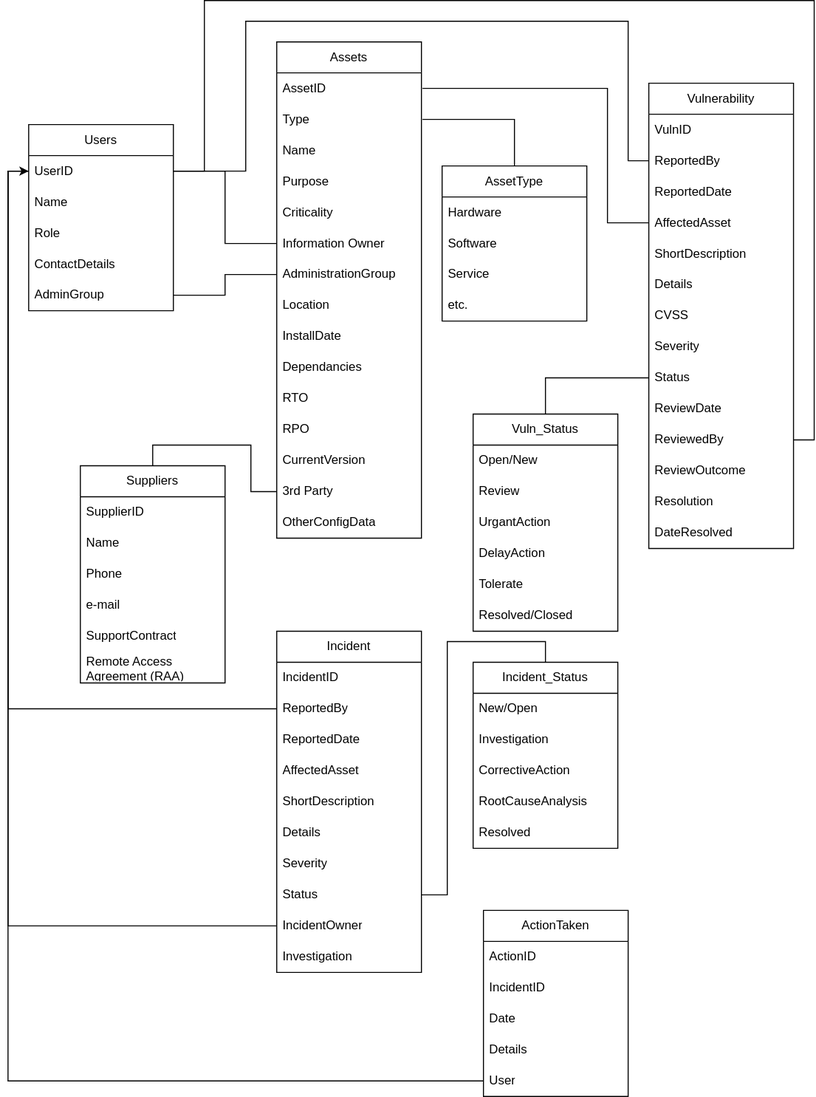
Earlier version of the draw.io export ITSM/Assignment1/Assets/CMDB_F.svg (MCollins87/MSC_EnterpriseIT). Source tidied: cells renumbered, new cells last; positions are measured from the earlier drawing's top-left corner, leaving out a move shared by most shapes.
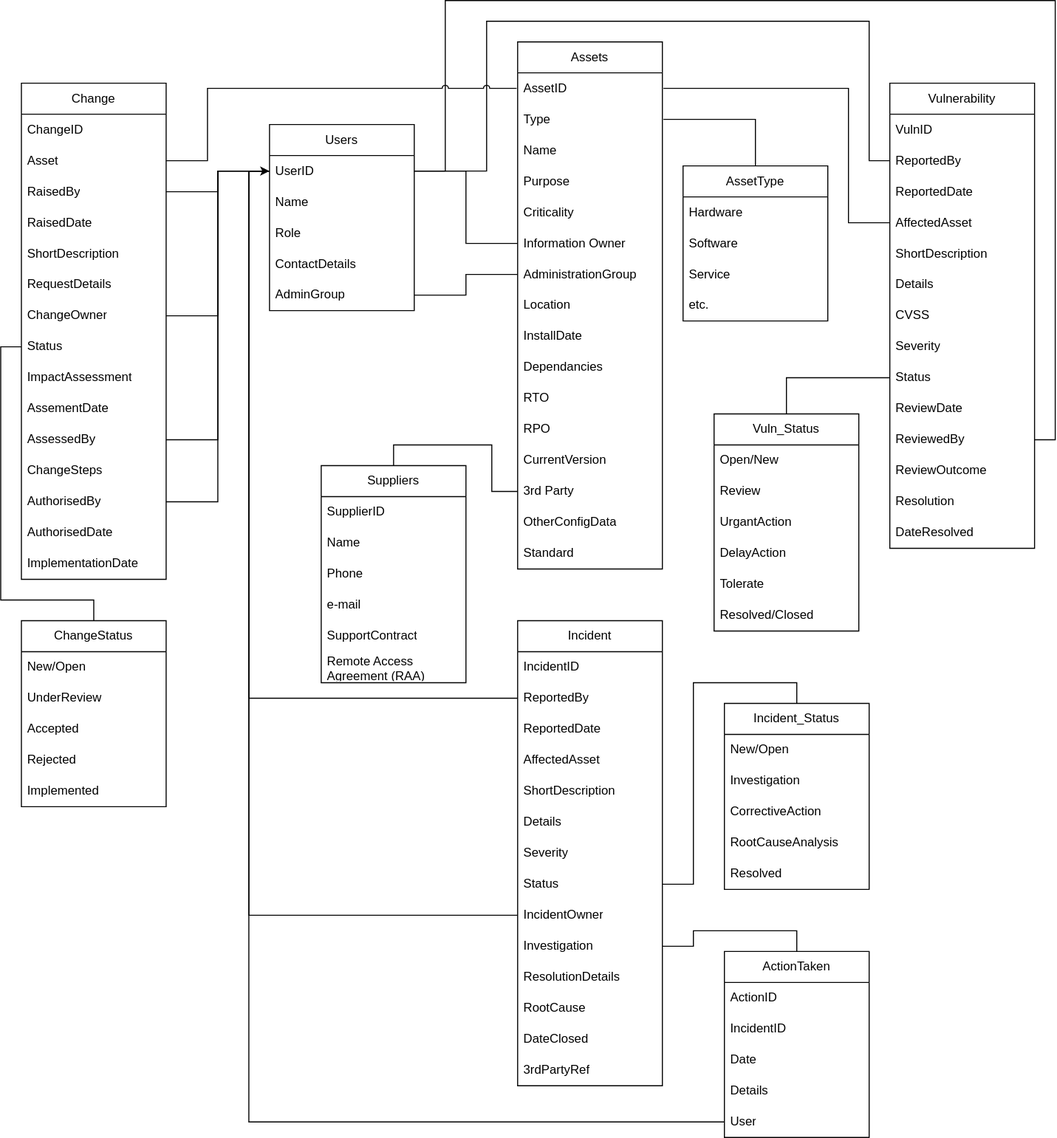
After the change.

Change to the diagram source:
```diff
@@ -3,7 +3,7 @@
     <mxCell id="0" />
     <mxCell id="1" parent="0" />
     <mxCell id="2" value="Assets" style="swimlane;fontStyle=0;horizontal=1;startSize=30;whiteSpace=wrap;html=1;perimeterSpacing=1;" parent="1" vertex="1">
-      <mxGeometry x="240" y="40" width="140" height="480" as="geometry" />
+      <mxGeometry x="240" y="40" width="140" height="510" as="geometry" />
     </mxCell>
     <mxCell id="3" value="AssetID" style="text;strokeColor=none;fillColor=none;align=left;verticalAlign=middle;spacingLeft=4;spacingRight=4;overflow=hidden;points=[[0,0.5],[1,0.5]];portConstraint=eastwest;whiteSpace=wrap;html=1;perimeterSpacing=1;" parent="2" vertex="1">
       <mxGeometry y="30" width="140" height="30" as="geometry" />
@@ -50,6 +50,9 @@
     <mxCell id="17" value="OtherConfigData" style="text;strokeColor=none;fillColor=none;align=left;verticalAlign=middle;spacingLeft=4;spacingRight=4;overflow=hidden;whiteSpace=wrap;html=1;" parent="2" vertex="1">
       <mxGeometry y="450" width="140" height="30" as="geometry" />
     </mxCell>
+    <mxCell id="93" value="Standard" style="text;strokeColor=none;fillColor=none;align=left;verticalAlign=middle;spacingLeft=4;spacingRight=4;overflow=hidden;whiteSpace=wrap;html=1;" parent="2" vertex="1">
+      <mxGeometry y="480" width="140" height="30" as="geometry" />
+    </mxCell>
     <mxCell id="18" value="AssetType" style="swimlane;fontStyle=0;horizontal=1;startSize=30;whiteSpace=wrap;html=1;" parent="1" vertex="1">
       <mxGeometry x="400" y="160" width="140" height="150" as="geometry" />
     </mxCell>
@@ -204,7 +207,7 @@
       </mxGeometry>
     </mxCell>
     <mxCell id="65" value="Incident" style="swimlane;fontStyle=0;horizontal=1;startSize=30;whiteSpace=wrap;html=1;" parent="1" vertex="1">
-      <mxGeometry x="240" y="610" width="140" height="330" as="geometry" />
+      <mxGeometry x="240" y="600" width="140" height="450" as="geometry" />
     </mxCell>
     <mxCell id="66" value="IncidentID" style="text;strokeColor=none;fillColor=none;align=left;verticalAlign=middle;spacingLeft=4;spacingRight=4;overflow=hidden;whiteSpace=wrap;html=1;" parent="65" vertex="1">
       <mxGeometry y="30" width="140" height="30" as="geometry" />
@@ -236,6 +239,18 @@
     <mxCell id="75" value="Investigation" style="text;strokeColor=none;fillColor=none;align=left;verticalAlign=middle;spacingLeft=4;spacingRight=4;overflow=hidden;points=[[0,0.5],[1,0.5]];portConstraint=eastwest;whiteSpace=wrap;html=1;" parent="65" vertex="1">
       <mxGeometry y="300" width="140" height="30" as="geometry" />
     </mxCell>
+    <mxCell id="94" value="ResolutionDetails" style="text;strokeColor=none;fillColor=none;align=left;verticalAlign=middle;spacingLeft=4;spacingRight=4;overflow=hidden;whiteSpace=wrap;html=1;" parent="65" vertex="1">
+      <mxGeometry y="330" width="140" height="30" as="geometry" />
+    </mxCell>
+    <mxCell id="95" value="RootCause" style="text;strokeColor=none;fillColor=none;align=left;verticalAlign=middle;spacingLeft=4;spacingRight=4;overflow=hidden;whiteSpace=wrap;html=1;" parent="65" vertex="1">
+      <mxGeometry y="360" width="140" height="30" as="geometry" />
+    </mxCell>
+    <mxCell id="96" value="DateClosed" style="text;strokeColor=none;fillColor=none;align=left;verticalAlign=middle;spacingLeft=4;spacingRight=4;overflow=hidden;whiteSpace=wrap;html=1;" parent="65" vertex="1">
+      <mxGeometry y="390" width="140" height="30" as="geometry" />
+    </mxCell>
+    <mxCell id="97" value="3rdPartyRef" style="text;strokeColor=none;fillColor=none;align=left;verticalAlign=middle;spacingLeft=4;spacingRight=4;overflow=hidden;whiteSpace=wrap;html=1;" parent="65" vertex="1">
+      <mxGeometry y="420" width="140" height="30" as="geometry" />
+    </mxCell>
     <mxCell id="76" style="edgeStyle=orthogonalEdgeStyle;rounded=0;jettySize=auto;html=1;exitX=0;exitY=0.5;exitDx=0;exitDy=0;entryX=1;entryY=0.5;entryDx=0;entryDy=0;endArrow=none;endFill=0;" parent="1" edge="1" source="42" target="33">
       <mxGeometry relative="1" as="geometry">
         <Array as="points">
@@ -250,7 +265,7 @@
       <mxGeometry relative="1" as="geometry" />
     </mxCell>
     <mxCell id="78" value="Incident_Status" style="swimlane;fontStyle=0;horizontal=1;startSize=30;whiteSpace=wrap;html=1;" parent="1" vertex="1">
-      <mxGeometry x="430" y="640" width="140" height="180" as="geometry" />
+      <mxGeometry x="440" y="680" width="140" height="180" as="geometry" />
     </mxCell>
     <mxCell id="79" value="New/Open" style="text;strokeColor=none;fillColor=none;align=left;verticalAlign=middle;spacingLeft=4;spacingRight=4;overflow=hidden;whiteSpace=wrap;html=1;" parent="78" vertex="1">
       <mxGeometry y="30" width="140" height="30" as="geometry" />
@@ -274,7 +289,7 @@
       <mxGeometry relative="1" as="geometry" />
     </mxCell>
     <mxCell id="86" value="ActionTaken" style="swimlane;fontStyle=0;horizontal=1;startSize=30;whiteSpace=wrap;html=1;" parent="1" vertex="1">
-      <mxGeometry x="440" y="880" width="140" height="180" as="geometry" />
+      <mxGeometry x="440" y="920" width="140" height="180" as="geometry" />
     </mxCell>
     <mxCell id="87" value="ActionID" style="text;strokeColor=none;fillColor=none;align=left;verticalAlign=middle;spacingLeft=4;spacingRight=4;overflow=hidden;whiteSpace=wrap;html=1;" parent="86" vertex="1">
       <mxGeometry y="30" width="140" height="30" as="geometry" />
@@ -294,5 +309,103 @@
     <mxCell id="92" style="edgeStyle=orthogonalEdgeStyle;rounded=0;jettySize=auto;html=1;exitX=0;exitY=0.5;exitDx=0;exitDy=0;entryX=0;entryY=0.5;entryDx=0;entryDy=0;" parent="1" edge="1" source="91" target="33">
       <mxGeometry relative="1" as="geometry" />
     </mxCell>
+    <mxCell id="98" style="edgeStyle=orthogonalEdgeStyle;rounded=0;jettySize=auto;html=1;exitX=1;exitY=0.5;exitDx=0;exitDy=0;entryX=0.5;entryY=0;entryDx=0;entryDy=0;endArrow=none;endFill=0;" parent="1" edge="1" source="75" target="86">
+      <mxGeometry relative="1" as="geometry" />
+    </mxCell>
+    <mxCell id="99" value="Change" style="swimlane;fontStyle=0;horizontal=1;startSize=30;whiteSpace=wrap;html=1;" parent="1" vertex="1">
+      <mxGeometry x="-240" y="80" width="140" height="480" as="geometry" />
+    </mxCell>
+    <mxCell id="100" value="ChangeID" style="text;strokeColor=none;fillColor=none;align=left;verticalAlign=middle;spacingLeft=4;spacingRight=4;overflow=hidden;whiteSpace=wrap;html=1;" parent="99" vertex="1">
+      <mxGeometry y="30" width="140" height="30" as="geometry" />
+    </mxCell>
+    <mxCell id="101" value="Asset" style="text;strokeColor=none;fillColor=none;align=left;verticalAlign=middle;spacingLeft=4;spacingRight=4;overflow=hidden;points=[[0,0.5],[1,0.5]];portConstraint=eastwest;whiteSpace=wrap;html=1;" parent="99" vertex="1">
+      <mxGeometry y="60" width="140" height="30" as="geometry" />
+    </mxCell>
+    <mxCell id="102" value="RaisedBy" style="text;strokeColor=none;fillColor=none;align=left;verticalAlign=middle;spacingLeft=4;spacingRight=4;overflow=hidden;points=[[0,0.5],[1,0.5]];portConstraint=eastwest;whiteSpace=wrap;html=1;" parent="99" vertex="1">
+      <mxGeometry y="90" width="140" height="30" as="geometry" />
+    </mxCell>
+    <mxCell id="103" value="RaisedDate" style="text;strokeColor=none;fillColor=none;align=left;verticalAlign=middle;spacingLeft=4;spacingRight=4;overflow=hidden;whiteSpace=wrap;html=1;" parent="99" vertex="1">
+      <mxGeometry y="120" width="140" height="30" as="geometry" />
+    </mxCell>
+    <mxCell id="104" value="ShortDescription" style="text;strokeColor=none;fillColor=none;align=left;verticalAlign=middle;spacingLeft=4;spacingRight=4;overflow=hidden;whiteSpace=wrap;html=1;" parent="99" vertex="1">
+      <mxGeometry y="150" width="140" height="30" as="geometry" />
+    </mxCell>
+    <mxCell id="105" value="RequestDetails" style="text;strokeColor=none;fillColor=none;align=left;verticalAlign=middle;spacingLeft=4;spacingRight=4;overflow=hidden;whiteSpace=wrap;html=1;" parent="99" vertex="1">
+      <mxGeometry y="180" width="140" height="30" as="geometry" />
+    </mxCell>
+    <mxCell id="106" value="ChangeOwner" style="text;strokeColor=none;fillColor=none;align=left;verticalAlign=middle;spacingLeft=4;spacingRight=4;overflow=hidden;points=[[0,0.5],[1,0.5]];portConstraint=eastwest;whiteSpace=wrap;html=1;" parent="99" vertex="1">
+      <mxGeometry y="210" width="140" height="30" as="geometry" />
+    </mxCell>
+    <mxCell id="107" value="Status" style="text;strokeColor=none;fillColor=none;align=left;verticalAlign=middle;spacingLeft=4;spacingRight=4;overflow=hidden;points=[[0,0.5],[1,0.5]];portConstraint=eastwest;whiteSpace=wrap;html=1;" parent="99" vertex="1">
+      <mxGeometry y="240" width="140" height="30" as="geometry" />
+    </mxCell>
+    <mxCell id="108" value="ImpactAssessment" style="text;strokeColor=none;fillColor=none;align=left;verticalAlign=middle;spacingLeft=4;spacingRight=4;overflow=hidden;whiteSpace=wrap;html=1;" parent="99" vertex="1">
+      <mxGeometry y="270" width="140" height="30" as="geometry" />
+    </mxCell>
+    <mxCell id="109" value="AssementDate" style="text;strokeColor=none;fillColor=none;align=left;verticalAlign=middle;spacingLeft=4;spacingRight=4;overflow=hidden;whiteSpace=wrap;html=1;" parent="99" vertex="1">
+      <mxGeometry y="300" width="140" height="30" as="geometry" />
+    </mxCell>
+    <mxCell id="110" value="AssessedBy" style="text;strokeColor=none;fillColor=none;align=left;verticalAlign=middle;spacingLeft=4;spacingRight=4;overflow=hidden;points=[[0,0.5],[1,0.5]];portConstraint=eastwest;whiteSpace=wrap;html=1;" parent="99" vertex="1">
+      <mxGeometry y="330" width="140" height="30" as="geometry" />
+    </mxCell>
+    <mxCell id="111" value="ChangeSteps" style="text;strokeColor=none;fillColor=none;align=left;verticalAlign=middle;spacingLeft=4;spacingRight=4;overflow=hidden;whiteSpace=wrap;html=1;" parent="99" vertex="1">
+      <mxGeometry y="360" width="140" height="30" as="geometry" />
+    </mxCell>
+    <mxCell id="112" value="AuthorisedBy" style="text;strokeColor=none;fillColor=none;align=left;verticalAlign=middle;spacingLeft=4;spacingRight=4;overflow=hidden;points=[[0,0.5],[1,0.5]];portConstraint=eastwest;whiteSpace=wrap;html=1;" parent="99" vertex="1">
+      <mxGeometry y="390" width="140" height="30" as="geometry" />
+    </mxCell>
+    <mxCell id="113" value="AuthorisedDate" style="text;strokeColor=none;fillColor=none;align=left;verticalAlign=middle;spacingLeft=4;spacingRight=4;overflow=hidden;whiteSpace=wrap;html=1;" parent="99" vertex="1">
+      <mxGeometry y="420" width="140" height="30" as="geometry" />
+    </mxCell>
+    <mxCell id="114" value="ImplementationDate" style="text;strokeColor=none;fillColor=none;align=left;verticalAlign=middle;spacingLeft=4;spacingRight=4;overflow=hidden;whiteSpace=wrap;html=1;" parent="99" vertex="1">
+      <mxGeometry y="450" width="140" height="30" as="geometry" />
+    </mxCell>
+    <mxCell id="115" style="edgeStyle=orthogonalEdgeStyle;rounded=0;jettySize=auto;html=1;exitX=1;exitY=0.5;exitDx=0;exitDy=0;entryX=0;entryY=0.5;entryDx=0;entryDy=0;endArrow=none;endFill=0;jumpStyle=arc;" parent="1" edge="1" source="101" target="3">
+      <mxGeometry relative="1" as="geometry">
+        <Array as="points">
+          <mxPoint x="-60" y="155" />
+          <mxPoint x="-60" y="85" />
+        </Array>
+      </mxGeometry>
+    </mxCell>
+    <mxCell id="116" style="edgeStyle=orthogonalEdgeStyle;rounded=0;jettySize=auto;html=1;exitX=1;exitY=0.5;exitDx=0;exitDy=0;entryX=0;entryY=0.5;entryDx=0;entryDy=0;endArrow=none;endFill=0;" parent="1" edge="1" source="102" target="33">
+      <mxGeometry relative="1" as="geometry" />
+    </mxCell>
+    <mxCell id="117" style="edgeStyle=orthogonalEdgeStyle;rounded=0;jettySize=auto;html=1;exitX=1;exitY=0.5;exitDx=0;exitDy=0;entryX=0;entryY=0.5;entryDx=0;entryDy=0;endArrow=none;endFill=0;" parent="1" edge="1" source="106" target="33">
+      <mxGeometry relative="1" as="geometry" />
+    </mxCell>
+    <mxCell id="118" style="edgeStyle=orthogonalEdgeStyle;rounded=0;jettySize=auto;html=1;exitX=1;exitY=0.5;exitDx=0;exitDy=0;entryX=0;entryY=0.5;entryDx=0;entryDy=0;endArrow=none;endFill=0;" parent="1" edge="1" source="110" target="33">
+      <mxGeometry relative="1" as="geometry" />
+    </mxCell>
+    <mxCell id="119" style="edgeStyle=orthogonalEdgeStyle;rounded=0;jettySize=auto;html=1;exitX=1;exitY=0.5;exitDx=0;exitDy=0;entryX=0;entryY=0.5;entryDx=0;entryDy=0;endArrow=none;endFill=0;" parent="1" edge="1" source="112" target="33">
+      <mxGeometry relative="1" as="geometry" />
+    </mxCell>
+    <mxCell id="120" value="ChangeStatus" style="swimlane;fontStyle=0;horizontal=1;startSize=30;whiteSpace=wrap;html=1;" parent="1" vertex="1">
+      <mxGeometry x="-240" y="600" width="140" height="180" as="geometry" />
+    </mxCell>
+    <mxCell id="121" value="New/Open" style="text;strokeColor=none;fillColor=none;align=left;verticalAlign=middle;spacingLeft=4;spacingRight=4;overflow=hidden;whiteSpace=wrap;html=1;" parent="120" vertex="1">
+      <mxGeometry y="30" width="140" height="30" as="geometry" />
+    </mxCell>
+    <mxCell id="122" value="UnderReview" style="text;strokeColor=none;fillColor=none;align=left;verticalAlign=middle;spacingLeft=4;spacingRight=4;overflow=hidden;whiteSpace=wrap;html=1;" parent="120" vertex="1">
+      <mxGeometry y="60" width="140" height="30" as="geometry" />
+    </mxCell>
+    <mxCell id="123" value="Accepted" style="text;strokeColor=none;fillColor=none;align=left;verticalAlign=middle;spacingLeft=4;spacingRight=4;overflow=hidden;whiteSpace=wrap;html=1;" parent="120" vertex="1">
+      <mxGeometry y="90" width="140" height="30" as="geometry" />
+    </mxCell>
+    <mxCell id="124" value="Rejected" style="text;strokeColor=none;fillColor=none;align=left;verticalAlign=middle;spacingLeft=4;spacingRight=4;overflow=hidden;whiteSpace=wrap;html=1;" parent="120" vertex="1">
+      <mxGeometry y="120" width="140" height="30" as="geometry" />
+    </mxCell>
+    <mxCell id="125" value="Implemented" style="text;strokeColor=none;fillColor=none;align=left;verticalAlign=middle;spacingLeft=4;spacingRight=4;overflow=hidden;whiteSpace=wrap;html=1;" parent="120" vertex="1">
+      <mxGeometry y="150" width="140" height="30" as="geometry" />
+    </mxCell>
+    <mxCell id="126" style="edgeStyle=orthogonalEdgeStyle;rounded=0;jettySize=auto;html=1;exitX=0;exitY=0.5;exitDx=0;exitDy=0;entryX=0.5;entryY=0;entryDx=0;entryDy=0;endArrow=none;endFill=0;" parent="1" edge="1" source="107" target="120">
+      <mxGeometry relative="1" as="geometry">
+        <Array as="points">
+          <mxPoint x="-260" y="335" />
+          <mxPoint x="-260" y="580" />
+          <mxPoint x="-170" y="580" />
+        </Array>
+      </mxGeometry>
+    </mxCell>
   </root>
 </mxGraphModel>
```
